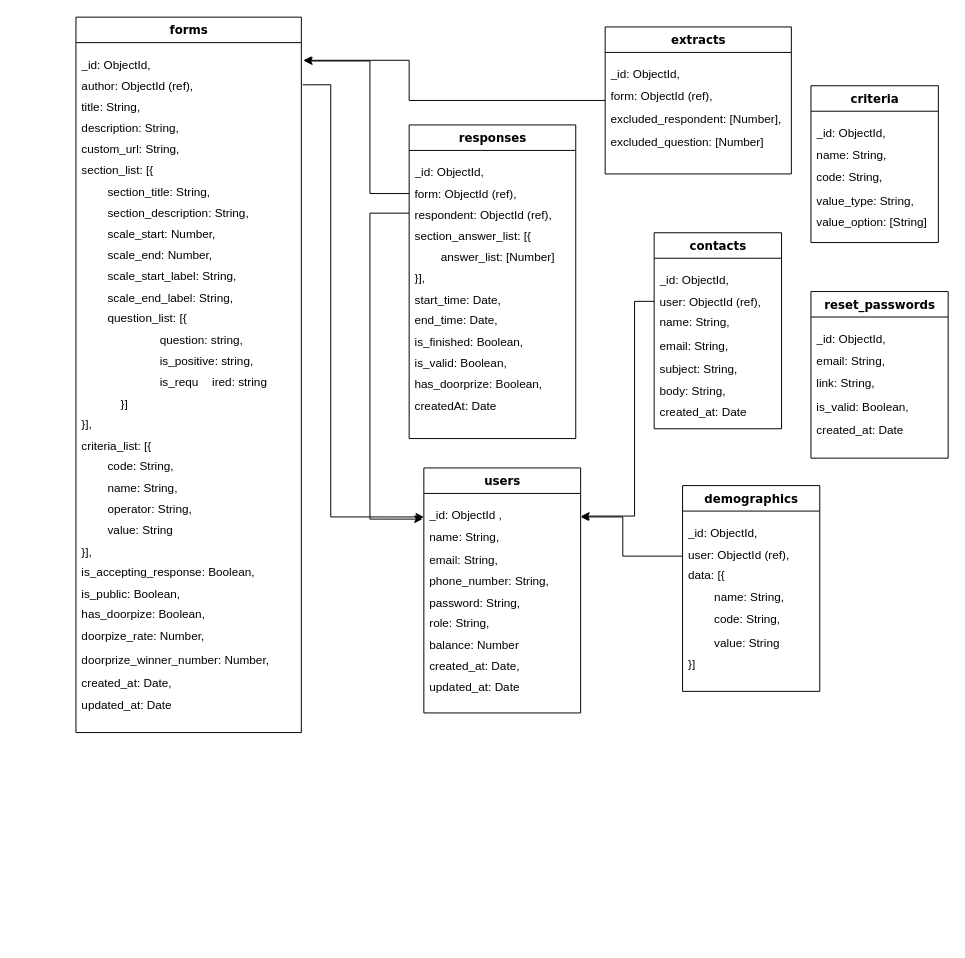
Before: Diagram/Database Schema.drawio in techie-jhs/thesis, a draw.io diagram. Source tidied: cells renumbered, new cells numbered last; positions are measured from the earlier drawing's top-left corner, leaving out a move shared by most shapes. Both pictures are drawn from the tidied source at 98%, with x=0, y=0 at pixel (75, 17).
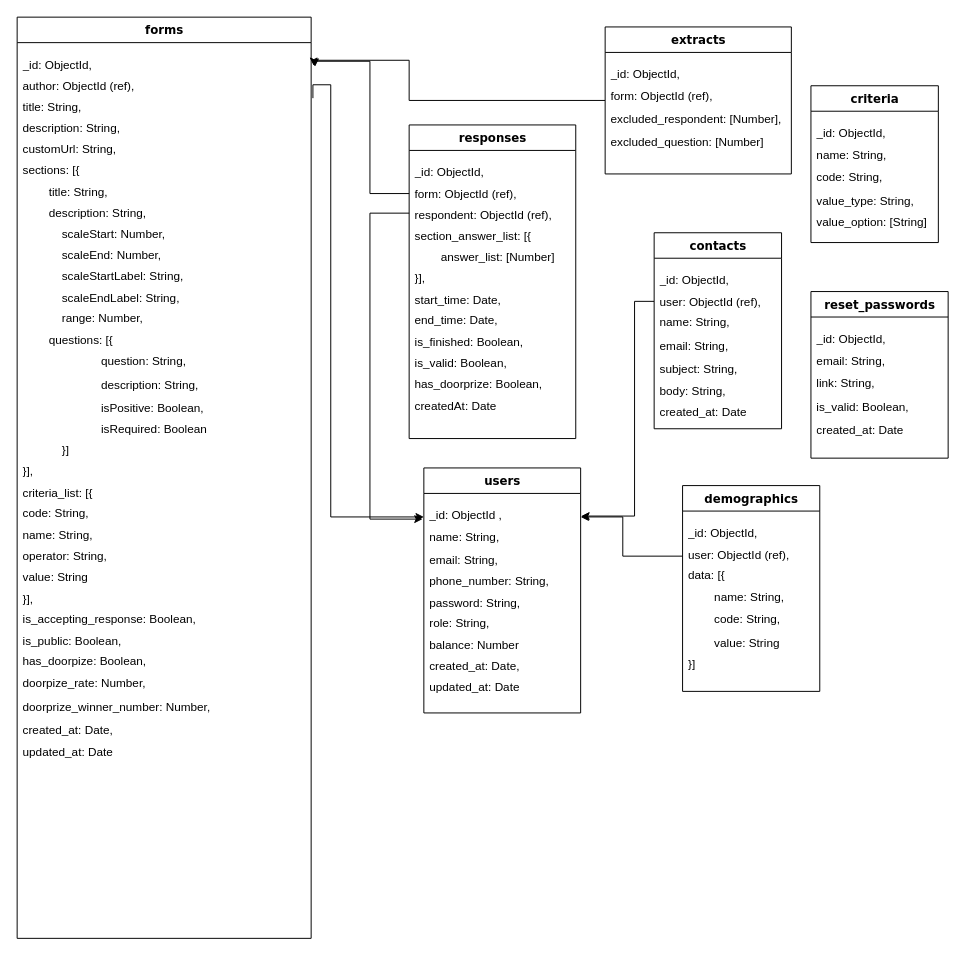
After the change.

Commit message (it also covers changes not shown here):
Add database schema

What changed in the source:
```diff
@@
     <mxCell id="4" value="forms" style="swimlane;html=1;fontStyle=1;align=center;verticalAlign=top;horizontal=1;startSize=26;swimlaneFillColor=#ffffff;rounded=0;shadow=0;comic=0;labelBackgroundColor=none;strokeWidth=1;fillColor=none;fontFamily=Verdana;fontSize=12;" parent="1" vertex="1">
-      <mxGeometry width="230" height="730" as="geometry" />
+      <mxGeometry x="-60" width="300" height="940" as="geometry" />
     </mxCell>
-    <mxCell id="5" value="&lt;p style=&quot;line-height: 0.8&quot;&gt;_id: ObjectId,&lt;/p&gt;&lt;p style=&quot;line-height: 0.8&quot;&gt;author: ObjectId (ref)&lt;span&gt;,&lt;/span&gt;&lt;/p&gt;&lt;p style=&quot;line-height: 0.8&quot;&gt;&lt;span&gt;title: String,&lt;/span&gt;&lt;/p&gt;&lt;p style=&quot;line-height: 0.8&quot;&gt;&lt;span&gt;description: String,&lt;/span&gt;&lt;/p&gt;&lt;p style=&quot;line-height: 0.8&quot;&gt;&lt;span&gt;custom_url: String,&lt;/span&gt;&lt;/p&gt;&lt;p style=&quot;line-height: 0.8&quot;&gt;&lt;span&gt;section_list: [{&lt;/span&gt;&lt;/p&gt;&lt;p style=&quot;line-height: 0.8&quot;&gt;&lt;span&gt;&lt;span style=&quot;white-space: pre&quot;&gt;&#9;&lt;/span&gt;section_title: String,&lt;/span&gt;&lt;/p&gt;&lt;p style=&quot;line-height: 0.8&quot;&gt;&lt;span&gt;&lt;span style=&quot;white-space: pre&quot;&gt;&#9;&lt;/span&gt;section_description: String,&lt;/span&gt;&lt;/p&gt;&lt;p style=&quot;line-height: 0.8&quot;&gt;&lt;span&gt;&lt;span style=&quot;white-space: pre&quot;&gt;&#9;&lt;/span&gt;scale_start: Number,&lt;/span&gt;&lt;/p&gt;&lt;p style=&quot;line-height: 0.8&quot;&gt;&lt;span&gt;&lt;span style=&quot;white-space: pre&quot;&gt;&#9;&lt;/span&gt;scale_end: Number,&lt;/span&gt;&lt;/p&gt;&lt;p style=&quot;line-height: 0.8&quot;&gt;&lt;span&gt;&lt;span style=&quot;white-space: pre&quot;&gt;&#9;&lt;/span&gt;scale_start_label: String,&lt;/span&gt;&lt;/p&gt;&lt;p style=&quot;line-height: 0.8&quot;&gt;&lt;span&gt;&lt;span style=&quot;white-space: pre&quot;&gt;&#9;&lt;/span&gt;scale_end_label: String,&lt;/span&gt;&lt;/p&gt;&lt;p style=&quot;line-height: 0.8&quot;&gt;&lt;span style=&quot;white-space: pre&quot;&gt;&#9;&lt;/span&gt;question_list: [{&lt;/p&gt;&lt;blockquote style=&quot;margin: 0 0 0 40px ; border: none ; padding: 0px&quot;&gt;&lt;blockquote style=&quot;margin: 0 0 0 40px ; border: none ; padding: 0px&quot;&gt;&lt;p style=&quot;line-height: 0.8&quot;&gt;&lt;span&gt;q&lt;/span&gt;uestion: string,&lt;/p&gt;&lt;/blockquote&gt;&lt;blockquote style=&quot;margin: 0 0 0 40px ; border: none ; padding: 0px&quot;&gt;&lt;p style=&quot;line-height: 0.8&quot;&gt;is_positive: string,&lt;/p&gt;&lt;/blockquote&gt;&lt;blockquote style=&quot;margin: 0 0 0 40px ; border: none ; padding: 0px&quot;&gt;&lt;p style=&quot;line-height: 0.8&quot;&gt;is_requ&lt;span style=&quot;white-space: pre&quot;&gt;&#9;&lt;/span&gt;ired: string&lt;/p&gt;&lt;/blockquote&gt;&lt;/blockquote&gt;&lt;blockquote style=&quot;margin: 0 0 0 40px ; border: none ; padding: 0px&quot;&gt;&lt;p style=&quot;line-height: 0.8&quot;&gt;}]&lt;/p&gt;&lt;/blockquote&gt;&lt;p style=&quot;line-height: 0.8&quot;&gt;&lt;span&gt;}],&lt;/span&gt;&lt;/p&gt;&lt;p style=&quot;line-height: 0.8&quot;&gt;&lt;span&gt;criteria_list: [{&lt;/span&gt;&lt;/p&gt;&lt;p style=&quot;line-height: 0.8&quot;&gt;&lt;span&gt;&lt;span style=&quot;white-space: pre&quot;&gt;&#9;&lt;/span&gt;code: String,&lt;span style=&quot;white-space: pre&quot;&gt;&#9;&lt;/span&gt;&lt;/span&gt;&lt;/p&gt;&lt;p style=&quot;line-height: 0.8&quot;&gt;&lt;span&gt;&lt;span style=&quot;white-space: pre&quot;&gt;&#9;&lt;/span&gt;name: String,&lt;/span&gt;&lt;/p&gt;&lt;p style=&quot;line-height: 0.8&quot;&gt;&lt;span&gt;&lt;span style=&quot;white-space: pre&quot;&gt;&#9;&lt;/span&gt;operator: String,&lt;/span&gt;&lt;/p&gt;&lt;p style=&quot;line-height: 0.8&quot;&gt;&lt;span&gt;&lt;span style=&quot;white-space: pre&quot;&gt;&#9;&lt;/span&gt;value: String&lt;/span&gt;&lt;/p&gt;&lt;p style=&quot;line-height: 0.8&quot;&gt;&lt;span&gt;}],&lt;/span&gt;&lt;/p&gt;&lt;p style=&quot;line-height: 0.8&quot;&gt;&lt;span&gt;is_accepting_response: Boolean,&lt;/span&gt;&lt;/p&gt;&lt;p style=&quot;line-height: 0.8&quot;&gt;&lt;span&gt;is_public: Boolean,&lt;/span&gt;&lt;/p&gt;&lt;p style=&quot;line-height: 0.8&quot;&gt;&lt;span&gt;has_doorpize: Boolean,&lt;/span&gt;&lt;/p&gt;&lt;p style=&quot;line-height: 0.8&quot;&gt;&lt;span&gt;doorpize_rate: Number,&lt;/span&gt;&lt;/p&gt;doorprize_winner_number: Number,&lt;br&gt;&lt;p style=&quot;line-height: 0.8&quot;&gt;&lt;span&gt;created_at: Date,&lt;/span&gt;&lt;/p&gt;&lt;p style=&quot;line-height: 0.8&quot;&gt;&lt;span&gt;updated_at: Date&lt;/span&gt;&lt;/p&gt;" style="text;html=1;strokeColor=none;fillColor=none;align=left;verticalAlign=top;spacingLeft=4;spacingRight=4;whiteSpace=wrap;overflow=hidden;points=[[0,0.5],[1,0.5]];portConstraint=eastwest;" parent="4" vertex="1">
-      <mxGeometry y="26" width="230" height="694" as="geometry" />
+    <mxCell id="5" value="&lt;p style=&quot;line-height: 0.8&quot;&gt;_id: ObjectId,&lt;/p&gt;&lt;p style=&quot;line-height: 0.8&quot;&gt;author: ObjectId (ref)&lt;span&gt;,&lt;/span&gt;&lt;/p&gt;&lt;p style=&quot;line-height: 0.8&quot;&gt;&lt;span&gt;title: String,&lt;/span&gt;&lt;/p&gt;&lt;p style=&quot;line-height: 0.8&quot;&gt;&lt;span&gt;description: String,&lt;/span&gt;&lt;/p&gt;&lt;p style=&quot;line-height: 0.8&quot;&gt;&lt;span&gt;customUrl: String,&lt;/span&gt;&lt;/p&gt;&lt;p style=&quot;line-height: 0.8&quot;&gt;&lt;span&gt;sections: [{&lt;/span&gt;&lt;/p&gt;&lt;p style=&quot;line-height: 0.8&quot;&gt;&lt;span style=&quot;background-color: initial;&quot;&gt;&lt;span style=&quot;white-space: pre;&quot;&gt;&#9;&lt;/span&gt;title: String,&lt;/span&gt;&lt;/p&gt;&lt;p style=&quot;line-height: 0.8&quot;&gt;&lt;span style=&quot;background-color: initial;&quot;&gt;&lt;span style=&quot;white-space: pre;&quot;&gt;&#9;&lt;/span&gt;description: String,&lt;/span&gt;&lt;/p&gt;&lt;blockquote style=&quot;margin: 0 0 0 40px; border: none; padding: 0px;&quot;&gt;&lt;p style=&quot;line-height: 0.8&quot;&gt;&lt;span&gt;scaleStart: Number,&lt;/span&gt;&lt;/p&gt;&lt;p style=&quot;line-height: 0.8&quot;&gt;&lt;span&gt;scaleEnd: Number,&lt;/span&gt;&lt;/p&gt;&lt;p style=&quot;line-height: 0.8&quot;&gt;&lt;span&gt;scaleStartLabel: String,&lt;/span&gt;&lt;/p&gt;&lt;p style=&quot;line-height: 0.8&quot;&gt;&lt;span&gt;scaleEndLabel: String,&lt;/span&gt;&lt;/p&gt;&lt;p style=&quot;line-height: 0.8&quot;&gt;range: Number,&lt;/p&gt;&lt;/blockquote&gt;&lt;p style=&quot;line-height: 0.8&quot;&gt;&lt;span style=&quot;&quot;&gt;&#9;&lt;/span&gt;&lt;span style=&quot;white-space: pre;&quot;&gt;&#9;&lt;/span&gt;questions: [{&lt;/p&gt;&lt;blockquote style=&quot;margin: 0 0 0 40px ; border: none ; padding: 0px&quot;&gt;&lt;blockquote style=&quot;margin: 0 0 0 40px ; border: none ; padding: 0px&quot;&gt;&lt;p style=&quot;line-height: 0.8&quot;&gt;&lt;span&gt;q&lt;/span&gt;uestion: String,&lt;/p&gt;&lt;/blockquote&gt;&lt;blockquote style=&quot;margin: 0 0 0 40px ; border: none ; padding: 0px&quot;&gt;description: String,&lt;p style=&quot;line-height: 0.8&quot;&gt;isPositive: Boolean,&lt;/p&gt;&lt;/blockquote&gt;&lt;blockquote style=&quot;margin: 0 0 0 40px ; border: none ; padding: 0px&quot;&gt;&lt;p style=&quot;line-height: 0.8&quot;&gt;isRequired: Boolean&lt;/p&gt;&lt;/blockquote&gt;&lt;/blockquote&gt;&lt;blockquote style=&quot;margin: 0 0 0 40px ; border: none ; padding: 0px&quot;&gt;&lt;p style=&quot;line-height: 0.8&quot;&gt;}]&lt;/p&gt;&lt;/blockquote&gt;&lt;p style=&quot;line-height: 0.8&quot;&gt;&lt;span&gt;}],&lt;/span&gt;&lt;/p&gt;&lt;p style=&quot;line-height: 0.8&quot;&gt;&lt;span&gt;criteria_list: [{&lt;/span&gt;&lt;/p&gt;&lt;p style=&quot;line-height: 0.8&quot;&gt;&lt;span&gt;&lt;span style=&quot;&quot;&gt;&#9;&lt;/span&gt;code: String,&lt;span style=&quot;&quot;&gt;&#9;&lt;/span&gt;&lt;/span&gt;&lt;/p&gt;&lt;p style=&quot;line-height: 0.8&quot;&gt;&lt;span&gt;&lt;span style=&quot;&quot;&gt;&#9;&lt;/span&gt;name: String,&lt;/span&gt;&lt;/p&gt;&lt;p style=&quot;line-height: 0.8&quot;&gt;&lt;span&gt;&lt;span style=&quot;&quot;&gt;&#9;&lt;/span&gt;operator: String,&lt;/span&gt;&lt;/p&gt;&lt;p style=&quot;line-height: 0.8&quot;&gt;&lt;span&gt;&lt;span style=&quot;&quot;&gt;&#9;&lt;/span&gt;value: String&lt;/span&gt;&lt;/p&gt;&lt;p style=&quot;line-height: 0.8&quot;&gt;&lt;span&gt;}],&lt;/span&gt;&lt;/p&gt;&lt;p style=&quot;line-height: 0.8&quot;&gt;&lt;span&gt;is_accepting_response: Boolean,&lt;/span&gt;&lt;/p&gt;&lt;p style=&quot;line-height: 0.8&quot;&gt;&lt;span&gt;is_public: Boolean,&lt;/span&gt;&lt;/p&gt;&lt;p style=&quot;line-height: 0.8&quot;&gt;&lt;span&gt;has_doorpize: Boolean,&lt;/span&gt;&lt;/p&gt;&lt;p style=&quot;line-height: 0.8&quot;&gt;&lt;span&gt;doorpize_rate: Number,&lt;/span&gt;&lt;/p&gt;doorprize_winner_number: Number,&lt;br&gt;&lt;p style=&quot;line-height: 0.8&quot;&gt;&lt;span&gt;created_at: Date,&lt;/span&gt;&lt;/p&gt;&lt;p style=&quot;line-height: 0.8&quot;&gt;&lt;span&gt;updated_at: Date&lt;/span&gt;&lt;/p&gt;" style="text;html=1;strokeColor=none;fillColor=none;align=left;verticalAlign=top;spacingLeft=4;spacingRight=4;whiteSpace=wrap;overflow=hidden;points=[[0,0.5],[1,0.5]];portConstraint=eastwest;" parent="4" vertex="1">
+      <mxGeometry y="26" width="300" height="914" as="geometry" />
     </mxCell>
```
